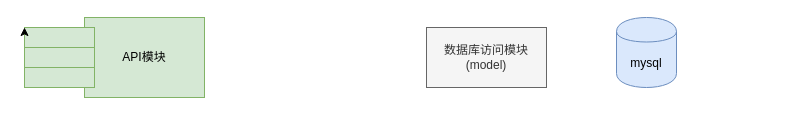
This is arch/arch.drawio from zhangchuhu/drawio, a draw.io file, before an edit. Source tidied: cells renumbered, new cells numbered last; positions are measured from the earlier drawing's top-left corner, leaving out a move shared by most shapes. Both pictures are drawn from the tidied source at 100%, with x=0, y=0 at pixel (24, 17).
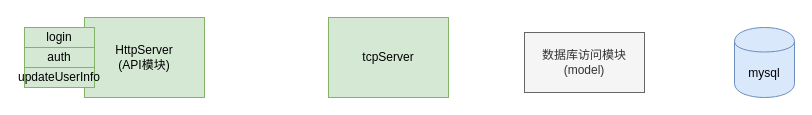
The same diagram, later.

The edit, as a diff of the source:
```diff
@@
 <mxGraphModel>
   <root>
     <mxCell id="0" />
     <mxCell id="1" parent="0" />
     <mxCell id="2" value="数据库访问模块(model)" style="rounded=0;whiteSpace=wrap;html=1;fillColor=#f5f5f5;strokeColor=#666666;fontColor=#333333;" parent="1" vertex="1">
-      <mxGeometry x="402" y="10" width="120" height="60" as="geometry" />
+      <mxGeometry x="500" y="15" width="120" height="60" as="geometry" />
     </mxCell>
     <mxCell id="3" value="mysql" style="shape=cylinder;whiteSpace=wrap;html=1;boundedLbl=1;backgroundOutline=1;fillColor=#dae8fc;strokeColor=#6c8ebf;" parent="1" vertex="1">
-      <mxGeometry x="592" width="60" height="70" as="geometry" />
+      <mxGeometry x="710" y="10" width="60" height="70" as="geometry" />
     </mxCell>
-    <mxCell id="4" value="API模块" style="rounded=0;whiteSpace=wrap;html=1;fillColor=#d5e8d4;strokeColor=#82b366;" parent="1" vertex="1">
+    <mxCell id="4" value="HttpServer&lt;br&gt;(API模块)" style="rounded=0;whiteSpace=wrap;html=1;fillColor=#d5e8d4;strokeColor=#82b366;" parent="1" vertex="1">
       <mxGeometry x="60" width="120" height="80" as="geometry" />
     </mxCell>
-    <mxCell id="5" style="rounded=0;whiteSpace=wrap;html=1;fillColor=#d5e8d4;strokeColor=#82b366;" parent="1" vertex="1">
+    <mxCell id="5" value="login" style="rounded=0;whiteSpace=wrap;html=1;fillColor=#d5e8d4;strokeColor=#82b366;" parent="1" vertex="1">
       <mxGeometry y="10" width="70" height="20" as="geometry" />
     </mxCell>
-    <mxCell id="6" style="rounded=0;whiteSpace=wrap;html=1;fillColor=#d5e8d4;strokeColor=#82b366;" parent="1" vertex="1">
+    <mxCell id="6" value="auth" style="rounded=0;whiteSpace=wrap;html=1;fillColor=#d5e8d4;strokeColor=#82b366;" parent="1" vertex="1">
       <mxGeometry y="30" width="70" height="20" as="geometry" />
     </mxCell>
-    <mxCell id="7" style="rounded=0;whiteSpace=wrap;html=1;fillColor=#d5e8d4;strokeColor=#82b366;" parent="1" vertex="1">
+    <mxCell id="7" value="updateUserInfo" style="rounded=0;whiteSpace=wrap;html=1;fillColor=#d5e8d4;strokeColor=#82b366;" parent="1" vertex="1">
       <mxGeometry y="50" width="70" height="20" as="geometry" />
     </mxCell>
-    <mxCell id="8" style="edgeStyle=orthogonalEdgeStyle;rounded=0;orthogonalLoop=1;jettySize=auto;html=1;exitX=0;exitY=0.25;exitDx=0;exitDy=0;entryX=0;entryY=0;entryDx=0;entryDy=0;" parent="1" edge="1" source="5" target="5">
-      <mxGeometry relative="1" as="geometry" />
-    </mxCell>
+    <mxCell id="9" value="tcpServer" style="rounded=0;whiteSpace=wrap;html=1;fillColor=#d5e8d4;strokeColor=#82b366;" parent="1" vertex="1">
+      <mxGeometry x="304" width="120" height="80" as="geometry" />
+    </mxCell>
   </root>
 </mxGraphModel>
```
